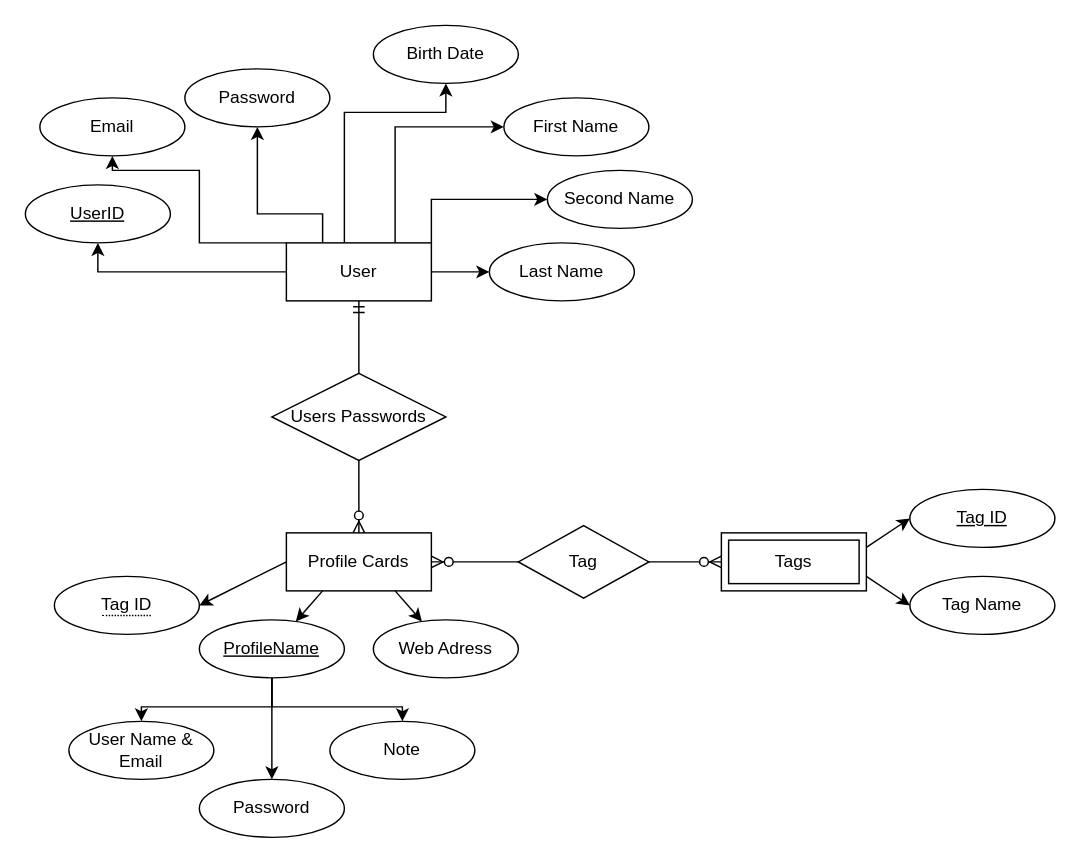
This is Başlıksız Diyagram.drawio from Dot0exe/Password-Manager, a draw.io file, before an edit. Source tidied: cells renumbered, new cells numbered last; positions are measured from the earlier drawing's top-left corner, leaving out a move shared by most shapes. Both pictures are drawn from the tidied source at 145%, with x=0, y=0 at pixel (25, 25).
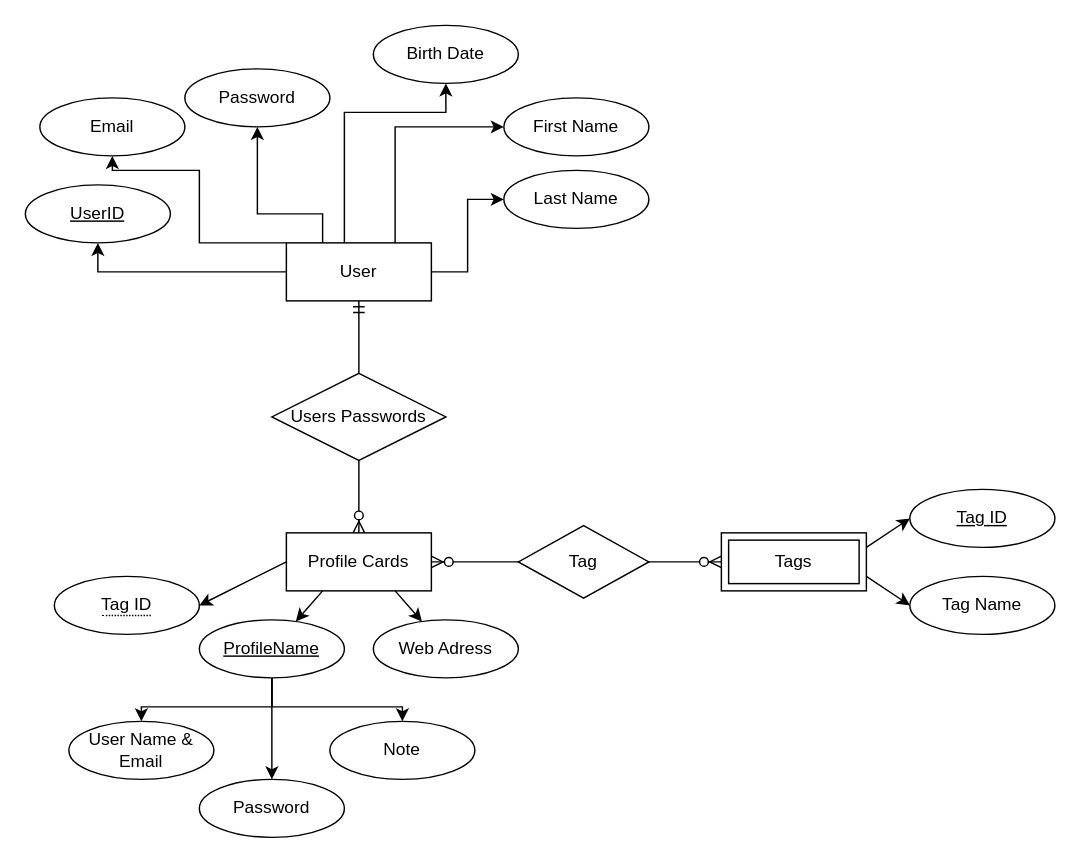
Above is the later version.

The change refers to these unchanged cells:
```xml
<mxCell id="3" value="User&lt;br&gt;" style="whiteSpace=wrap;html=1;align=center;" parent="2" vertex="1">
  <mxGeometry x="10" width="100" height="40" as="geometry" />
</mxCell>
```

The edit, as a diff of the source:
```diff
@@
     <mxCell id="24" value="Last Name" style="ellipse;whiteSpace=wrap;html=1;align=center;" parent="1" vertex="1">
-      <mxGeometry x="320" y="150" width="100" height="40" as="geometry" />
+      <mxGeometry x="330" y="100" width="100" height="40" as="geometry" />
     </mxCell>
-    <mxCell id="25" value="Second Name" style="ellipse;whiteSpace=wrap;html=1;align=center;" parent="1" vertex="1">
-      <mxGeometry x="360" y="100" width="100" height="40" as="geometry" />
-    </mxCell>
@@
-    <mxCell id="29" style="edgeStyle=orthogonalEdgeStyle;rounded=0;jettySize=auto;html=1;exitX=1;exitY=0;exitDx=0;exitDy=0;entryX=0;entryY=0.5;entryDx=0;entryDy=0;" parent="1" edge="1" source="3" target="25">
-      <mxGeometry relative="1" as="geometry">
-        <Array as="points">
-          <mxPoint x="280" y="120" />
-        </Array>
-      </mxGeometry>
-    </mxCell>
```
